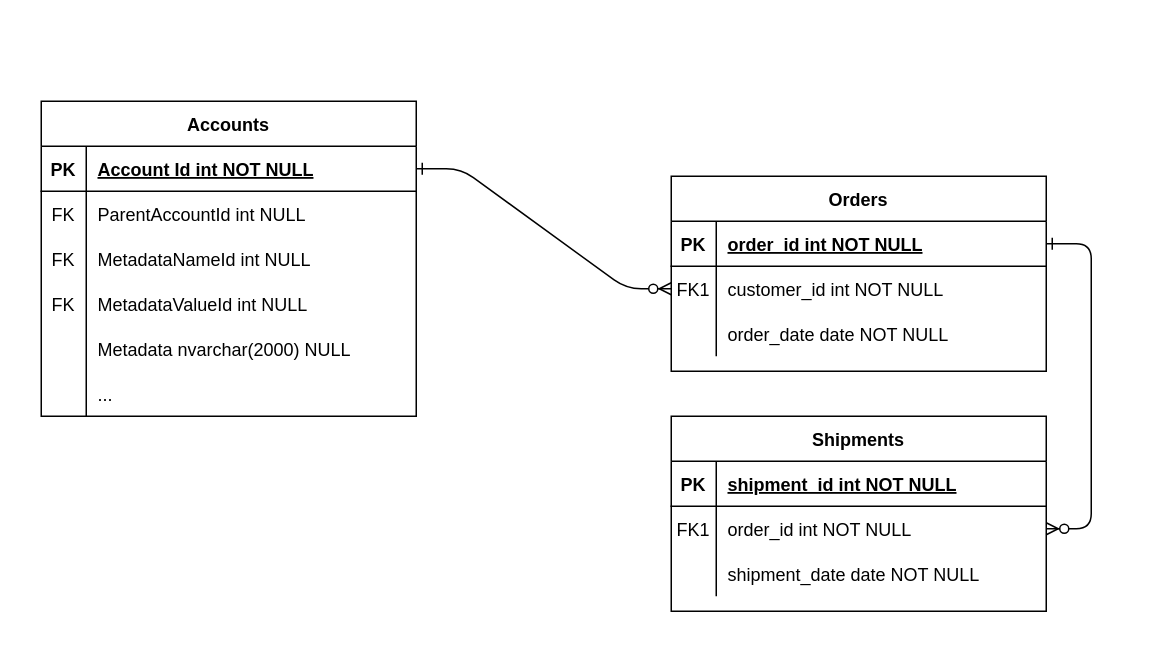
Earlier version of the draw.io diagram Untitled Diagram.drawio (joshuadargan/learning-and-documentation). Source tidied: cells renumbered, new cells numbered last; positions are measured from the earlier drawing's top-left corner, leaving out a move shared by most shapes. Both pictures are drawn from the tidied source at 150%, with x=0, y=0 at pixel (40, 100).
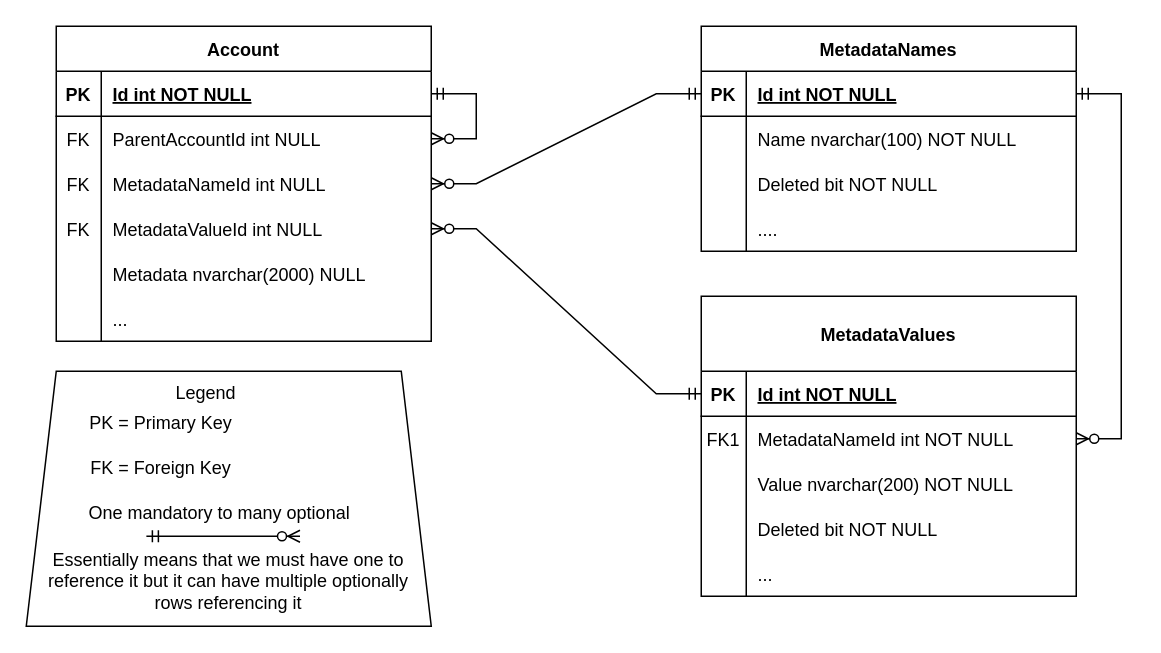
The same diagram, later.

Commit message:
finished the budget id 3 diagram

Unchanged cells that the change refers to:
```xml
<mxCell id="5" style="shape=partialRectangle;fillColor=none;points=[[0,0.5],[1,0.5]];portConstraint=eastwest;top=0;left=0;right=0;bottom=1;" parent="4" vertex="1">
  <mxGeometry y="30" width="250" height="30" as="geometry" />
</mxCell>
<mxCell id="8" style="shape=partialRectangle;fillColor=none;points=[[0,0.5],[1,0.5]];portConstraint=eastwest;top=0;left=0;right=0;bottom=0;" parent="4" vertex="1">
  <mxGeometry y="60" width="250" height="30" as="geometry" />
</mxCell>
<mxCell id="11" style="shape=partialRectangle;fillColor=none;top=0;left=0;right=0;bottom=0;" parent="4" vertex="1">
  <mxGeometry y="90" width="250" height="30" as="geometry" />
</mxCell>
<mxCell id="25" style="shape=partialRectangle;fillColor=none;points=[[0,0.5],[1,0.5]];portConstraint=eastwest;top=0;left=0;right=0;bottom=1;" parent="24" vertex="1">
  <mxGeometry y="30" width="250" height="30" as="geometry" />
</mxCell>
<mxCell id="28" style="shape=partialRectangle;fillColor=none;points=[[0,0.5],[1,0.5]];portConstraint=eastwest;top=0;left=0;right=0;bottom=0;" parent="24" vertex="1">
  <mxGeometry y="60" width="250" height="30" as="geometry" />
</mxCell>
<mxCell id="31" style="shape=partialRectangle;fillColor=none;points=[[0,0.5],[1,0.5]];portConstraint=eastwest;top=0;left=0;right=0;bottom=0;" parent="24" vertex="1">
  <mxGeometry y="90" width="250" height="30" as="geometry" />
</mxCell>
<mxCell id="34" style="shape=partialRectangle;fillColor=none;points=[[0,0.5],[1,0.5]];portConstraint=eastwest;top=0;left=0;right=0;bottom=0;" parent="24" vertex="1">
  <mxGeometry y="120" width="250" height="30" as="geometry" />
</mxCell>
```

Change to the diagram source:
```diff
@@
-    <mxCell id="2" style="edgeStyle=entityRelationEdgeStyle;endArrow=ERzeroToMany;startArrow=ERone;endFill=1;startFill=0;" parent="1" edge="1" source="25" target="8">
-      <mxGeometry relative="1" as="geometry" />
-    </mxCell>
-    <mxCell id="3" style="edgeStyle=entityRelationEdgeStyle;endArrow=ERzeroToMany;startArrow=ERone;endFill=1;startFill=0;" parent="1" edge="1" source="5" target="18">
-      <mxGeometry relative="1" as="geometry" />
-    </mxCell>
-    <mxCell id="4" value="Orders" style="shape=table;startSize=30;childLayout=tableLayout;rowLines=0;fontStyle=1;align=center;" parent="1" vertex="1">
-      <mxGeometry x="420" y="50" width="250" height="130" as="geometry" />
+    <mxCell id="4" value="MetadataNames" style="shape=table;startSize=30;childLayout=tableLayout;rowLines=0;fontStyle=1;align=center;" parent="1" vertex="1">
+      <mxGeometry x="440" y="-50" width="250" height="150" as="geometry" />
     </mxCell>
@@
-    <mxCell id="7" value="order_id int NOT NULL " style="shape=partialRectangle;overflow=hidden;fillColor=none;top=0;left=0;bottom=0;right=0;align=left;spacingLeft=6;fontStyle=5;" parent="5" vertex="1">
+    <mxCell id="7" value="Id int NOT NULL " style="shape=partialRectangle;overflow=hidden;fillColor=none;top=0;left=0;bottom=0;right=0;align=left;spacingLeft=6;fontStyle=5;" parent="5" vertex="1">
       <mxGeometry x="30" width="220" height="30" as="geometry" />
     </mxCell>
@@
-    <mxCell id="9" value="FK1" style="shape=partialRectangle;overflow=hidden;fillColor=none;top=0;left=0;bottom=0;right=0;" parent="8" vertex="1">
+    <mxCell id="9" style="shape=partialRectangle;overflow=hidden;fillColor=none;top=0;left=0;bottom=0;right=0;" parent="8" vertex="1">
       <mxGeometry width="30" height="30" as="geometry" />
     </mxCell>
-    <mxCell id="10" value="customer_id int NOT NULL" style="shape=partialRectangle;overflow=hidden;fillColor=none;top=0;left=0;bottom=0;right=0;align=left;spacingLeft=6;" parent="8" vertex="1">
+    <mxCell id="10" value="Name nvarchar(100) NOT NULL" style="shape=partialRectangle;overflow=hidden;fillColor=none;top=0;left=0;bottom=0;right=0;align=left;spacingLeft=6;" parent="8" vertex="1">
       <mxGeometry x="30" width="220" height="30" as="geometry" />
     </mxCell>
@@
-    <mxCell id="13" value="order_date date NOT NULL" style="shape=partialRectangle;overflow=hidden;fillColor=none;top=0;left=0;bottom=0;right=0;align=left;spacingLeft=6;" parent="11" vertex="1">
+    <mxCell id="13" value="Deleted bit NOT NULL" style="shape=partialRectangle;overflow=hidden;fillColor=none;top=0;left=0;bottom=0;right=0;align=left;spacingLeft=6;" parent="11" vertex="1">
       <mxGeometry x="30" width="220" height="30" as="geometry" />
     </mxCell>
+    <mxCell id="43" style="shape=partialRectangle;fillColor=none;top=0;left=0;right=0;bottom=0;" parent="4" vertex="1">
+      <mxGeometry y="120" width="250" height="30" as="geometry" />
+    </mxCell>
+    <mxCell id="44" style="shape=partialRectangle;overflow=hidden;fillColor=none;top=0;left=0;bottom=0;right=0;" parent="43" vertex="1">
+      <mxGeometry width="30" height="30" as="geometry" />
+    </mxCell>
+    <mxCell id="45" value="...." style="shape=partialRectangle;overflow=hidden;fillColor=none;top=0;left=0;bottom=0;right=0;align=left;spacingLeft=6;" parent="43" vertex="1">
+      <mxGeometry x="30" width="220" height="30" as="geometry" />
+    </mxCell>
-    <mxCell id="14" value="Shipments" style="shape=table;startSize=30;childLayout=tableLayout;rowLines=0;fontStyle=1;align=center;" parent="1" vertex="1">
-      <mxGeometry x="420" y="210" width="250" height="130" as="geometry" />
+    <mxCell id="14" value="MetadataValues" style="shape=table;startSize=50;childLayout=tableLayout;rowLines=0;fontStyle=1;align=center;" parent="1" vertex="1">
+      <mxGeometry x="440" y="130" width="250" height="200" as="geometry" />
     </mxCell>
     <mxCell id="15" style="shape=partialRectangle;fillColor=none;points=[[0,0.5],[1,0.5]];portConstraint=eastwest;top=0;left=0;right=0;bottom=1;" parent="14" vertex="1">
-      <mxGeometry y="30" width="250" height="30" as="geometry" />
+      <mxGeometry y="50" width="250" height="30" as="geometry" />
     </mxCell>
@@
-    <mxCell id="17" value="shipment_id int NOT NULL " style="shape=partialRectangle;overflow=hidden;fillColor=none;top=0;left=0;bottom=0;right=0;align=left;spacingLeft=6;fontStyle=5;" parent="15" vertex="1">
+    <mxCell id="17" value="Id int NOT NULL " style="shape=partialRectangle;overflow=hidden;fillColor=none;top=0;left=0;bottom=0;right=0;align=left;spacingLeft=6;fontStyle=5;" parent="15" vertex="1">
       <mxGeometry x="30" width="220" height="30" as="geometry" />
     </mxCell>
     <mxCell id="18" style="shape=partialRectangle;fillColor=none;points=[[0,0.5],[1,0.5]];portConstraint=eastwest;top=0;left=0;right=0;bottom=0;" parent="14" vertex="1">
-      <mxGeometry y="60" width="250" height="30" as="geometry" />
+      <mxGeometry y="80" width="250" height="30" as="geometry" />
     </mxCell>
@@
-    <mxCell id="20" value="order_id int NOT NULL" style="shape=partialRectangle;overflow=hidden;fillColor=none;top=0;left=0;bottom=0;right=0;align=left;spacingLeft=6;" parent="18" vertex="1">
+    <mxCell id="20" value="MetadataNameId int NOT NULL" style="shape=partialRectangle;overflow=hidden;fillColor=none;top=0;left=0;bottom=0;right=0;align=left;spacingLeft=6;" parent="18" vertex="1">
       <mxGeometry x="30" width="220" height="30" as="geometry" />
     </mxCell>
     <mxCell id="21" style="shape=partialRectangle;fillColor=none;top=0;left=0;right=0;bottom=0;" parent="14" vertex="1">
-      <mxGeometry y="90" width="250" height="30" as="geometry" />
+      <mxGeometry y="110" width="250" height="30" as="geometry" />
     </mxCell>
@@
-    <mxCell id="23" value="shipment_date date NOT NULL" style="shape=partialRectangle;overflow=hidden;fillColor=none;top=0;left=0;bottom=0;right=0;align=left;spacingLeft=6;" parent="21" vertex="1">
+    <mxCell id="23" value="Value nvarchar(200) NOT NULL" style="shape=partialRectangle;overflow=hidden;fillColor=none;top=0;left=0;bottom=0;right=0;align=left;spacingLeft=6;" parent="21" vertex="1">
       <mxGeometry x="30" width="220" height="30" as="geometry" />
     </mxCell>
+    <mxCell id="46" style="shape=partialRectangle;fillColor=none;top=0;left=0;right=0;bottom=0;" parent="14" vertex="1">
+      <mxGeometry y="140" width="250" height="30" as="geometry" />
+    </mxCell>
+    <mxCell id="47" style="shape=partialRectangle;overflow=hidden;fillColor=none;top=0;left=0;bottom=0;right=0;" parent="46" vertex="1">
+      <mxGeometry width="30" height="30" as="geometry" />
+    </mxCell>
+    <mxCell id="48" value="Deleted bit NOT NULL" style="shape=partialRectangle;overflow=hidden;fillColor=none;top=0;left=0;bottom=0;right=0;align=left;spacingLeft=6;" parent="46" vertex="1">
+      <mxGeometry x="30" width="220" height="30" as="geometry" />
+    </mxCell>
+    <mxCell id="49" style="shape=partialRectangle;fillColor=none;top=0;left=0;right=0;bottom=0;" parent="14" vertex="1">
+      <mxGeometry y="170" width="250" height="30" as="geometry" />
+    </mxCell>
+    <mxCell id="50" style="shape=partialRectangle;overflow=hidden;fillColor=none;top=0;left=0;bottom=0;right=0;" parent="49" vertex="1">
+      <mxGeometry width="30" height="30" as="geometry" />
+    </mxCell>
+    <mxCell id="51" value="..." style="shape=partialRectangle;overflow=hidden;fillColor=none;top=0;left=0;bottom=0;right=0;align=left;spacingLeft=6;" parent="49" vertex="1">
+      <mxGeometry x="30" width="220" height="30" as="geometry" />
+    </mxCell>
-    <mxCell id="24" value="Accounts" style="shape=table;startSize=30;childLayout=tableLayout;rowLines=0;fontStyle=1;align=center;" parent="1" vertex="1">
-      <mxGeometry width="250" height="210" as="geometry" />
+    <mxCell id="24" value="Account" style="shape=table;startSize=30;childLayout=tableLayout;rowLines=0;fontStyle=1;align=center;" parent="1" vertex="1">
+      <mxGeometry x="10" y="-50" width="250" height="210" as="geometry" />
     </mxCell>
@@
-    <mxCell id="27" value="Account Id int NOT NULL" style="shape=partialRectangle;overflow=hidden;fillColor=none;top=0;left=0;bottom=0;right=0;align=left;spacingLeft=6;fontStyle=5;" parent="25" vertex="1">
+    <mxCell id="27" value="Id int NOT NULL" style="shape=partialRectangle;overflow=hidden;fillColor=none;top=0;left=0;bottom=0;right=0;align=left;spacingLeft=6;fontStyle=5;" parent="25" vertex="1">
       <mxGeometry x="30" width="220" height="30" as="geometry" />
     </mxCell>
@@
+    <mxCell id="52" style="edgeStyle=entityRelationEdgeStyle;fontSize=12;html=1;endArrow=ERzeroToMany;startArrow=ERmandOne;rounded=0;entryX=1;entryY=0.5;entryDx=0;entryDy=0;exitX=1;exitY=0.5;exitDx=0;exitDy=0;" parent="24" edge="1" source="25" target="28">
+      <mxGeometry relative="1" as="geometry" />
+    </mxCell>
+    <mxCell id="53" style="edgeStyle=entityRelationEdgeStyle;fontSize=12;html=1;endArrow=ERzeroToMany;startArrow=ERmandOne;rounded=0;entryX=1;entryY=0.5;entryDx=0;entryDy=0;exitX=0;exitY=0.5;exitDx=0;exitDy=0;" parent="1" edge="1" source="15" target="34">
+      <mxGeometry relative="1" as="geometry" />
+    </mxCell>
+    <mxCell id="54" style="edgeStyle=entityRelationEdgeStyle;fontSize=12;html=1;endArrow=ERzeroToMany;startArrow=ERmandOne;rounded=0;entryX=1;entryY=0.5;entryDx=0;entryDy=0;exitX=0;exitY=0.5;exitDx=0;exitDy=0;" parent="1" edge="1" source="5" target="31">
+      <mxGeometry relative="1" as="geometry" />
+    </mxCell>
+    <mxCell id="3" style="edgeStyle=entityRelationEdgeStyle;fontSize=12;html=1;endArrow=ERzeroToMany;startArrow=ERmandOne;rounded=0;entryX=1;entryY=0.5;entryDx=0;entryDy=0;exitX=1;exitY=0.5;exitDx=0;exitDy=0;" parent="1" edge="1" source="5" target="18">
+      <mxGeometry relative="1" as="geometry" />
+    </mxCell>
+    <mxCell id="55" style="shape=trapezoid;perimeter=trapezoidPerimeter;whiteSpace=wrap;html=1;fixedSize=1;" parent="1" vertex="1">
+      <mxGeometry x="-10" y="180" width="270" height="170" as="geometry" />
+    </mxCell>
+    <mxCell id="56" style="edgeStyle=entityRelationEdgeStyle;fontSize=12;html=1;endArrow=ERzeroToMany;startArrow=ERmandOne;rounded=0;entryX=0.75;entryY=1;entryDx=0;entryDy=0;exitX=0.211;exitY=1;exitDx=0;exitDy=0;exitPerimeter=0;" parent="1" edge="1" source="60" target="60">
+      <mxGeometry relative="1" as="geometry" />
+    </mxCell>
+    <mxCell id="57" value="Legend" style="text;html=1;strokeColor=none;fillColor=none;align=center;verticalAlign=middle;whiteSpace=wrap;rounded=0;" parent="1" vertex="1">
+      <mxGeometry x="80" y="180" width="60" height="30" as="geometry" />
+    </mxCell>
+    <mxCell id="58" value="PK = Primary Key" style="text;html=1;strokeColor=none;fillColor=none;align=center;verticalAlign=middle;whiteSpace=wrap;rounded=0;" parent="1" vertex="1">
+      <mxGeometry x="20" y="200" width="120" height="30" as="geometry" />
+    </mxCell>
+    <mxCell id="59" value="FK = Foreign Key" style="text;html=1;strokeColor=none;fillColor=none;align=center;verticalAlign=middle;whiteSpace=wrap;rounded=0;" parent="1" vertex="1">
+      <mxGeometry x="20" y="230" width="120" height="30" as="geometry" />
+    </mxCell>
+    <mxCell id="60" value="One mandatory to many optional" style="text;html=1;strokeColor=none;fillColor=none;align=left;verticalAlign=middle;whiteSpace=wrap;rounded=0;" parent="1" vertex="1">
+      <mxGeometry x="30" y="260" width="190" height="30" as="geometry" />
+    </mxCell>
+    <mxCell id="61" value="Essentially means that we must have one to reference it but it can have multiple optionally rows referencing it" style="text;html=1;strokeColor=none;fillColor=none;align=center;verticalAlign=middle;whiteSpace=wrap;rounded=0;" parent="1" vertex="1">
+      <mxGeometry x="-5" y="310" width="260" height="20" as="geometry" />
+    </mxCell>
```
